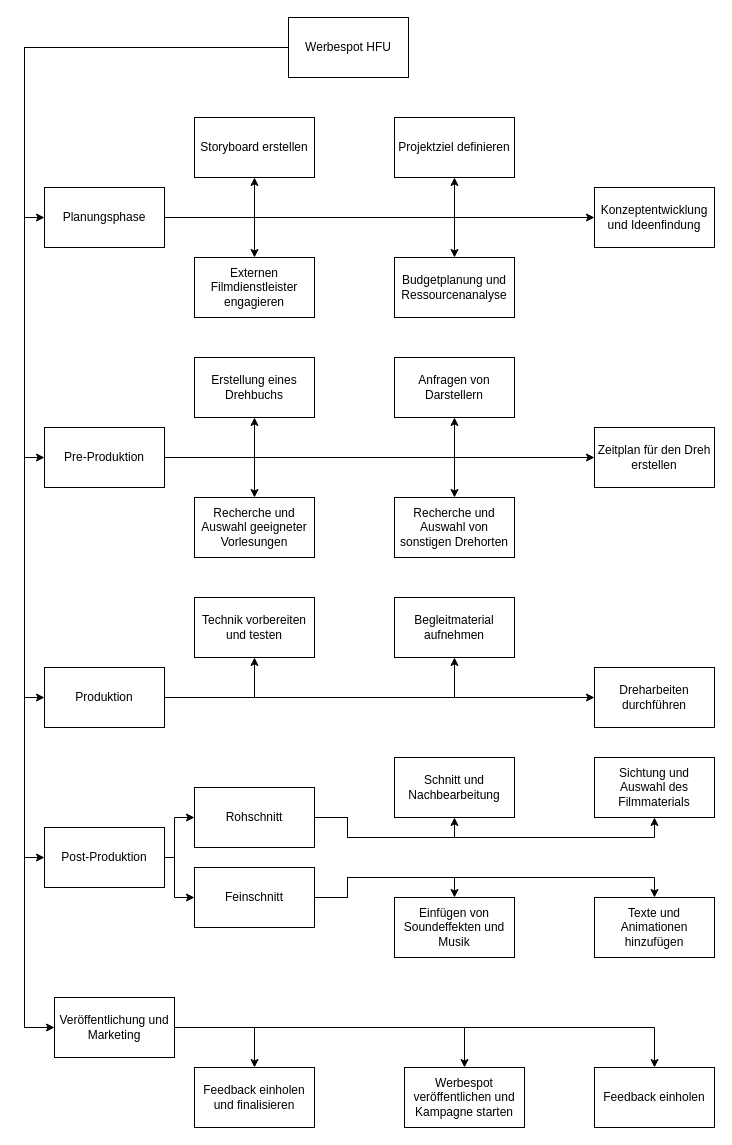
The draw.io diagram Produktmanagement.drawio in Garitz/Flowchart_statistic, before the edit. Source tidied: cells renumbered, new cells numbered last; positions are measured from the earlier drawing's top-left corner, leaving out a move shared by most shapes. Both pictures are drawn from the tidied source at 100%, with x=0, y=0 at pixel (24, 17).
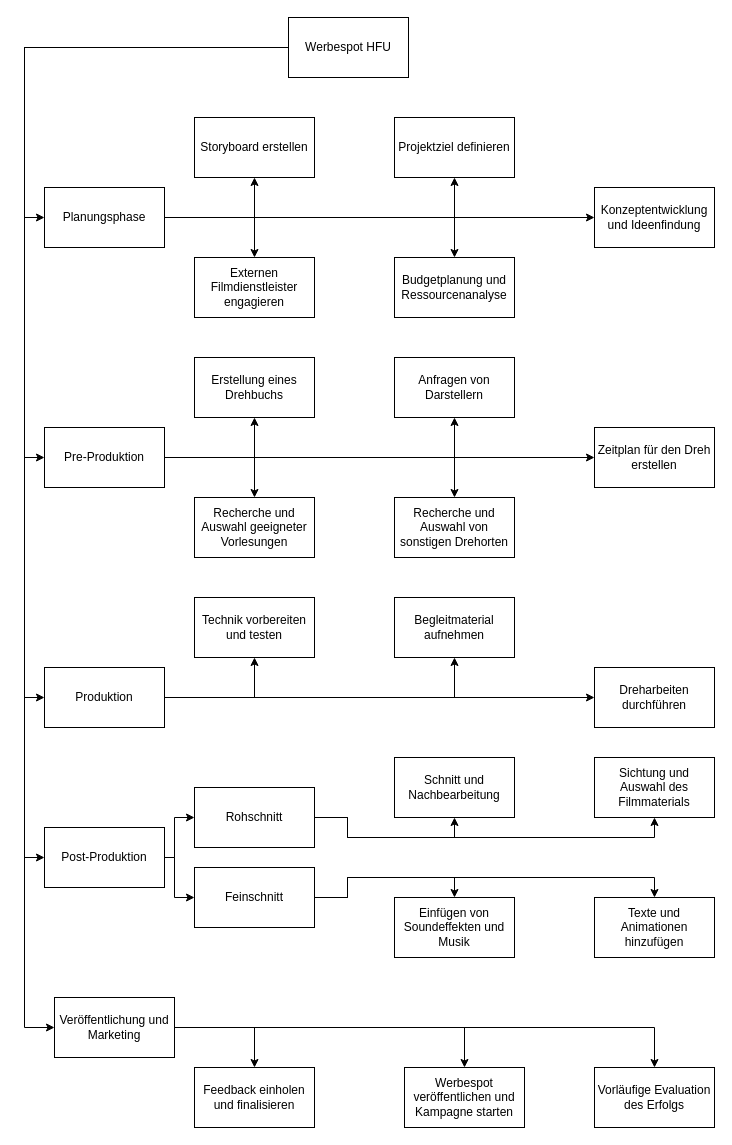
After the change.

The edit, as a diff of the source:
```diff
@@
-    <mxCell id="56" value="Feedback einholen" style="whiteSpace=wrap;html=1;rounded=0;" parent="1" vertex="1">
+    <mxCell id="56" value="Vorläufige Evaluation des Erfolgs" style="whiteSpace=wrap;html=1;rounded=0;" parent="1" vertex="1">
       <mxGeometry x="570" y="1050" width="120" height="60" as="geometry" />
     </mxCell>
```
